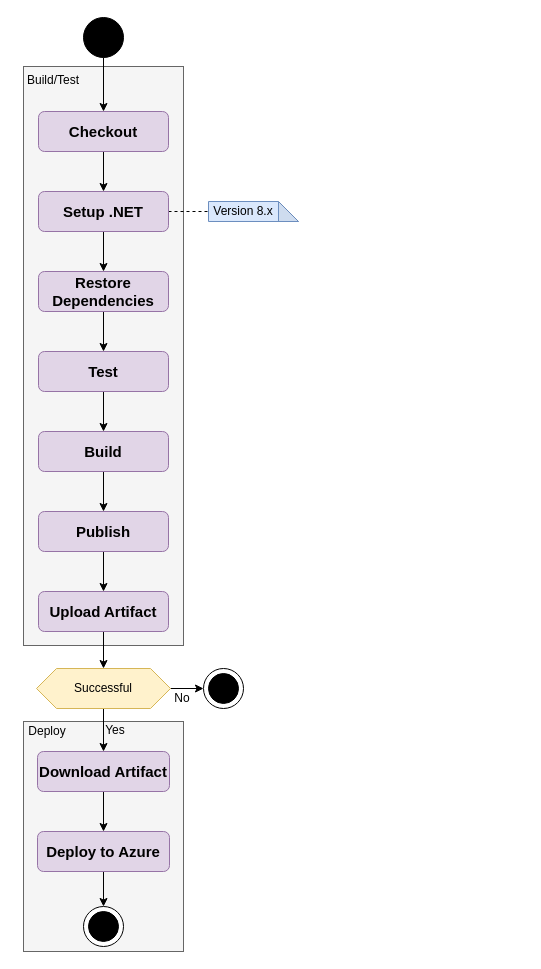
This is docs/diagrams/Deploy_Workflow.drawio from ITU-BDSA2024-GROUP6/Chirp, a draw.io file, before an edit. Source tidied: cells renumbered, new cells numbered last; positions are measured from the earlier drawing's top-left corner, leaving out a move shared by most shapes. Both pictures are drawn from the tidied source at 100%, with x=0, y=0 at pixel (17, 17).
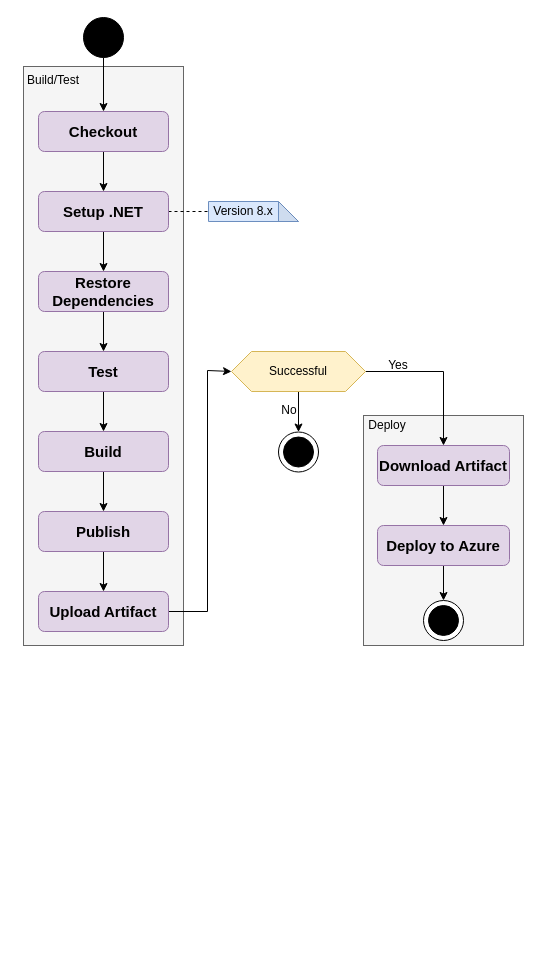
After the change.

Commit message (it also covers changes not shown here):
Further changes to Deploy Diagram

Changed placement to better fit the page

The change refers to these unchanged cells:
```xml
<mxCell id="24" value="&lt;b&gt;&lt;font&gt;&lt;span style=&quot;font-size: 15px;&quot;&gt;Upload Artifact&lt;/span&gt;&lt;/font&gt;&lt;/b&gt;" style="rounded=1;whiteSpace=wrap;html=1;fillColor=#e1d5e7;strokeColor=#9673a6;" parent="1" vertex="1">
  <mxGeometry x="21" y="574" width="130" height="40" as="geometry" />
</mxCell>
```

What changed in the source:
```diff
@@
     <mxCell id="2" style="rounded=0;whiteSpace=wrap;html=1;fillColor=#f5f5f5;fontColor=#333333;strokeColor=#666666;" parent="1" vertex="1">
-      <mxGeometry x="6" y="704" width="160" height="230" as="geometry" />
+      <mxGeometry x="346" y="398" width="160" height="230" as="geometry" />
     </mxCell>
     <mxCell id="3" style="ellipse;whiteSpace=wrap;html=1;" parent="1" vertex="1">
-      <mxGeometry x="66" y="889" width="40" height="40" as="geometry" />
+      <mxGeometry x="406" y="583" width="40" height="40" as="geometry" />
     </mxCell>
@@
     <mxCell id="18" style="ellipse;whiteSpace=wrap;html=1;" parent="1" vertex="1">
-      <mxGeometry x="186" y="651" width="40" height="40" as="geometry" />
+      <mxGeometry x="261" y="414.5" width="40" height="40" as="geometry" />
     </mxCell>
     <mxCell id="19" style="ellipse;whiteSpace=wrap;html=1;fillColor=#000000;" parent="1" vertex="1">
-      <mxGeometry x="191" y="656" width="30" height="30" as="geometry" />
+      <mxGeometry x="266" y="419.5" width="30" height="30" as="geometry" />
     </mxCell>
@@
-    <mxCell id="23" style="edgeStyle=orthogonalEdgeStyle;rounded=0;jettySize=auto;html=1;entryX=0.5;entryY=0;entryDx=0;entryDy=0;" parent="1" edge="1" source="24" target="31">
-      <mxGeometry relative="1" as="geometry" />
+    <mxCell id="23" style="edgeStyle=orthogonalEdgeStyle;rounded=0;jettySize=auto;html=1;entryX=0;entryY=0.5;entryDx=0;entryDy=0;" parent="1" edge="1" source="24" target="31">
+      <mxGeometry relative="1" as="geometry">
+        <Array as="points">
+          <mxPoint x="190" y="594" />
+          <mxPoint x="190" y="353" />
+          <mxPoint x="214" y="353" />
+        </Array>
+      </mxGeometry>
     </mxCell>
@@
     <mxCell id="25" style="edgeStyle=orthogonalEdgeStyle;rounded=0;jettySize=auto;html=1;exitX=0.5;exitY=1;exitDx=0;exitDy=0;" parent="1" edge="1" source="27">
       <mxGeometry relative="1" as="geometry">
-        <mxPoint x="86.1" y="774.3" as="targetPoint" />
+        <mxPoint x="426.1" y="468.3" as="targetPoint" />
       </mxGeometry>
     </mxCell>
@@
     <mxCell id="27" value="&lt;span style=&quot;font-size: 15px;&quot;&gt;&lt;b&gt;Download Artifact&lt;/b&gt;&lt;/span&gt;" style="rounded=1;whiteSpace=wrap;html=1;fillColor=#e1d5e7;strokeColor=#9673a6;" parent="1" vertex="1">
-      <mxGeometry x="20" y="734" width="132" height="40" as="geometry" />
+      <mxGeometry x="360" y="428" width="132" height="40" as="geometry" />
     </mxCell>
@@
-    <mxCell id="29" style="edgeStyle=orthogonalEdgeStyle;rounded=0;jettySize=auto;html=1;entryX=0.5;entryY=0;entryDx=0;entryDy=0;" parent="1" edge="1" source="31" target="27">
+    <mxCell id="29" style="edgeStyle=orthogonalEdgeStyle;rounded=0;jettySize=auto;html=1;entryX=0.5;entryY=0;entryDx=0;entryDy=0;exitX=1;exitY=0.5;exitDx=0;exitDy=0;" parent="1" edge="1" source="31" target="27">
       <mxGeometry relative="1" as="geometry" />
     </mxCell>
-    <mxCell id="30" style="edgeStyle=orthogonalEdgeStyle;rounded=0;jettySize=auto;html=1;entryX=0;entryY=0.5;entryDx=0;entryDy=0;" parent="1" edge="1" source="31" target="18">
+    <mxCell id="30" style="edgeStyle=orthogonalEdgeStyle;rounded=0;jettySize=auto;html=1;entryX=0.5;entryY=0;entryDx=0;entryDy=0;" parent="1" edge="1" source="31" target="18">
       <mxGeometry relative="1" as="geometry" />
     </mxCell>
     <mxCell id="31" value="Successful" style="shape=hexagon;perimeter=hexagonPerimeter2;whiteSpace=wrap;html=1;fixedSize=1;fillColor=#fff2cc;strokeColor=#d6b656;" parent="1" vertex="1">
-      <mxGeometry x="19" y="651" width="134" height="40" as="geometry" />
+      <mxGeometry x="214" y="334" width="134" height="40" as="geometry" />
     </mxCell>
     <mxCell id="32" value="&lt;font&gt;Yes&lt;/font&gt;" style="text;html=1;align=center;verticalAlign=middle;whiteSpace=wrap;rounded=0;rotation=0;" parent="1" vertex="1">
-      <mxGeometry x="68" y="698" width="60" height="30" as="geometry" />
+      <mxGeometry x="351" y="332.5" width="60" height="30" as="geometry" />
     </mxCell>
     <mxCell id="33" value="&lt;font&gt;No&lt;/font&gt;" style="text;html=1;align=center;verticalAlign=middle;whiteSpace=wrap;rounded=0;rotation=0;" parent="1" vertex="1">
-      <mxGeometry x="135" y="666" width="60" height="30" as="geometry" />
+      <mxGeometry x="242" y="378" width="60" height="30" as="geometry" />
     </mxCell>
@@
     <mxCell id="35" value="&lt;span style=&quot;font-size: 15px;&quot;&gt;&lt;b&gt;Deploy to Azure&lt;/b&gt;&lt;/span&gt;" style="rounded=1;whiteSpace=wrap;html=1;fillColor=#e1d5e7;strokeColor=#9673a6;" parent="1" vertex="1">
-      <mxGeometry x="20" y="814" width="132" height="40" as="geometry" />
+      <mxGeometry x="360" y="508" width="132" height="40" as="geometry" />
     </mxCell>
     <mxCell id="36" value="Deploy" style="text;html=1;align=center;verticalAlign=middle;whiteSpace=wrap;rounded=0;" parent="1" vertex="1">
-      <mxGeometry y="699" width="60" height="30" as="geometry" />
+      <mxGeometry x="340" y="393" width="60" height="30" as="geometry" />
     </mxCell>
     <mxCell id="37" style="ellipse;whiteSpace=wrap;html=1;fillColor=#000000;" parent="1" vertex="1">
-      <mxGeometry x="71" y="894" width="30" height="30" as="geometry" />
+      <mxGeometry x="411" y="588" width="30" height="30" as="geometry" />
     </mxCell>
```
